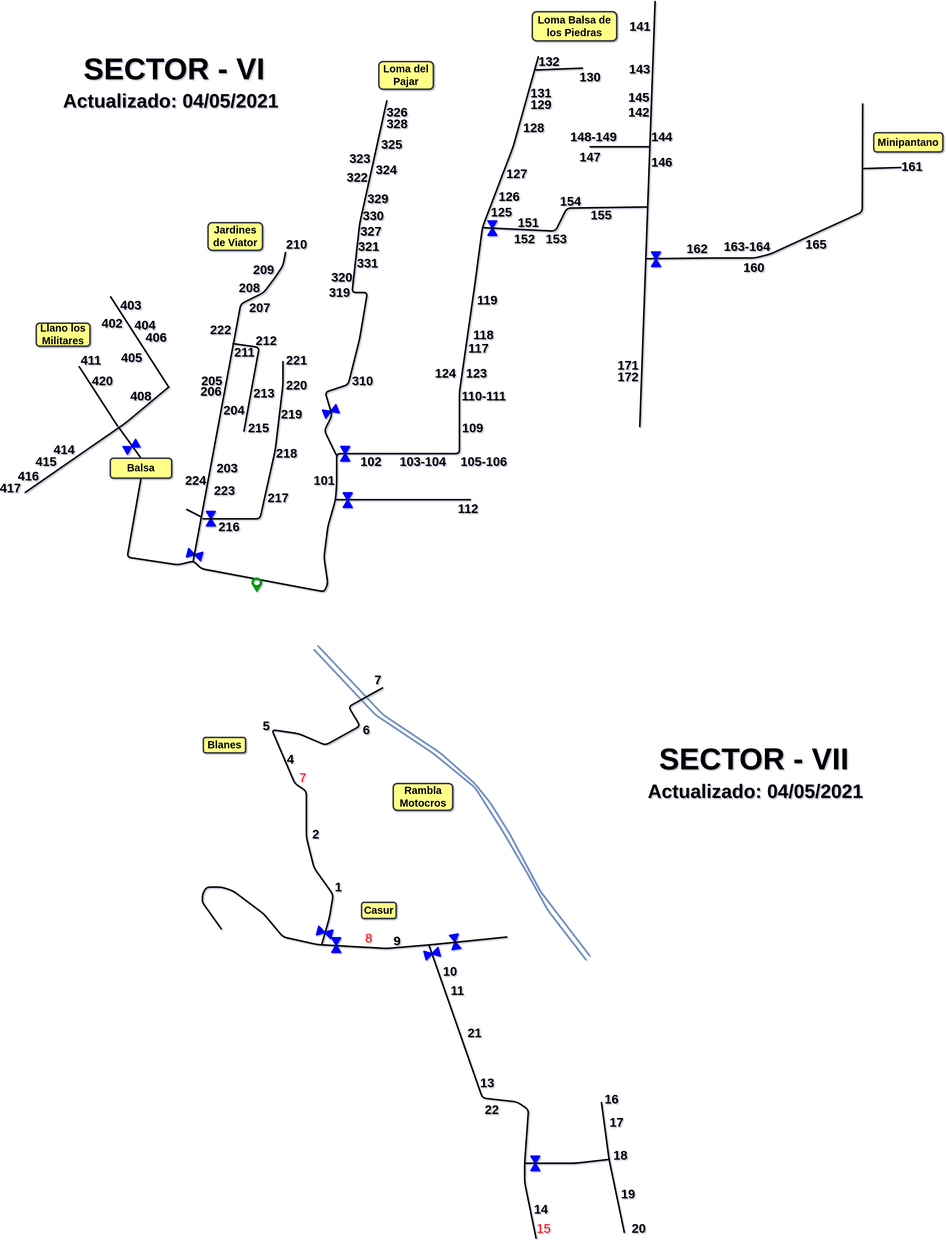
The draw.io diagram planos-actualizados/plano_VI_VII.svg in cr4vegas-team/doc-cr4vegas-planos, before a commit. Source tidied: cells renumbered, new cells last; positions are measured from the earlier drawing's top-left corner, leaving out a move shared by most shapes.
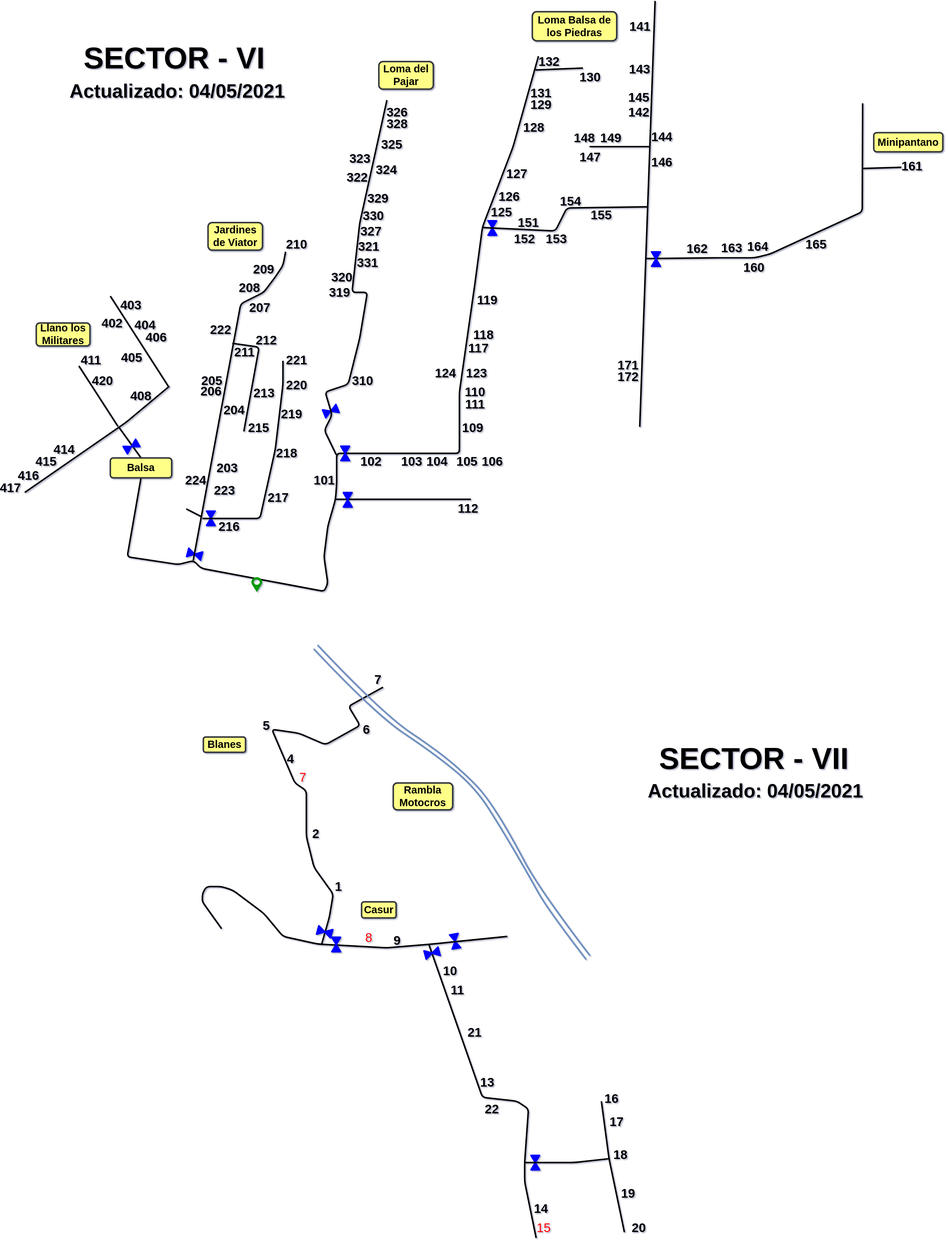
Above is the later version.

Change to the diagram source:
```diff
@@ -37,11 +37,11 @@
     <mxCell id="8" value="&lt;font style=&quot;font-size: 79px&quot;&gt;SECTOR - VII&lt;/font&gt;" style="text;html=1;strokeColor=none;fillColor=none;align=center;verticalAlign=middle;whiteSpace=wrap;rounded=0;fontSize=50;fontStyle=1;strokeWidth=4;" parent="1" vertex="1">
       <mxGeometry x="1698" y="1967" width="520" height="20" as="geometry" />
     </mxCell>
-    <mxCell id="9" value="&lt;font style=&quot;font-size: 79px&quot;&gt;SECTOR - VI&lt;/font&gt;" style="text;html=1;strokeColor=none;fillColor=none;align=center;verticalAlign=middle;whiteSpace=wrap;rounded=0;fontSize=50;fontStyle=1;strokeWidth=4;" parent="1" vertex="1">
-      <mxGeometry x="187" y="168" width="520" height="20" as="geometry" />
+    <mxCell id="9" value="&lt;font style=&quot;font-size: 79px&quot;&gt;SECTOR - VI&lt;/font&gt;" style="text;html=1;strokeColor=none;align=center;verticalAlign=middle;whiteSpace=wrap;rounded=0;fontSize=50;fontStyle=1;strokeWidth=4;shadow=1;" parent="1" vertex="1">
+      <mxGeometry x="187" y="110" width="520" height="78" as="geometry" />
     </mxCell>
-    <mxCell id="10" value="Actualizado: 04/05/2021" style="text;html=1;strokeColor=none;fillColor=none;align=center;verticalAlign=middle;whiteSpace=wrap;rounded=0;fontSize=50;fontStyle=1;strokeWidth=4;" parent="1" vertex="1">
-      <mxGeometry x="143" y="250" width="590" height="20" as="geometry" />
+    <mxCell id="10" value="Actualizado: 04/05/2021" style="text;html=1;strokeColor=none;align=center;verticalAlign=middle;whiteSpace=wrap;rounded=0;fontSize=50;fontStyle=1;strokeWidth=4;shadow=1;" parent="1" vertex="1">
+      <mxGeometry x="160" y="200" width="590" height="70" as="geometry" />
     </mxCell>
     <mxCell id="11" value="&lt;b style=&quot;font-size: 33px;&quot;&gt;402&lt;/b&gt;" style="text;html=1;strokeColor=none;fillColor=none;align=center;verticalAlign=middle;whiteSpace=wrap;rounded=0;fontSize=33;strokeWidth=4;" parent="1" vertex="1">
       <mxGeometry x="265" y="830" width="40" height="20" as="geometry" />
@@ -260,17 +260,14 @@
     <mxCell id="65" value="112" style="text;html=1;strokeColor=none;fillColor=none;align=center;verticalAlign=middle;whiteSpace=wrap;rounded=0;fontSize=33;fontStyle=1;strokeWidth=4;" parent="1" vertex="1">
       <mxGeometry x="1193" y="1312.5" width="40" height="20" as="geometry" />
     </mxCell>
-    <mxCell id="66" value="103-104" style="text;html=1;strokeColor=none;fillColor=none;align=center;verticalAlign=middle;whiteSpace=wrap;rounded=0;fontSize=33;fontStyle=1;strokeWidth=4;" parent="1" vertex="1">
-      <mxGeometry x="1025" y="1191" width="140" height="20" as="geometry" />
-    </mxCell>
-    <mxCell id="67" value="105-106" style="text;html=1;strokeColor=none;fillColor=none;align=center;verticalAlign=middle;whiteSpace=wrap;rounded=0;fontSize=33;fontStyle=1;strokeWidth=4;" parent="1" vertex="1">
-      <mxGeometry x="1144" y="1191" width="220" height="20" as="geometry" />
+    <mxCell id="67" value="105" style="text;html=1;strokeColor=none;fillColor=none;align=center;verticalAlign=middle;whiteSpace=wrap;rounded=0;fontSize=33;fontStyle=1;strokeWidth=4;" parent="1" vertex="1">
+      <mxGeometry x="1177" y="1181.5" width="66" height="39" as="geometry" />
     </mxCell>
     <mxCell id="68" value="109" style="text;html=1;strokeColor=none;fillColor=none;align=center;verticalAlign=middle;whiteSpace=wrap;rounded=0;fontSize=33;fontStyle=1;strokeWidth=4;" parent="1" vertex="1">
       <mxGeometry x="1205" y="1103" width="40" height="20" as="geometry" />
     </mxCell>
-    <mxCell id="69" value="110-111" style="text;html=1;strokeColor=none;fillColor=none;align=center;verticalAlign=middle;whiteSpace=wrap;rounded=0;fontSize=33;fontStyle=1;strokeWidth=4;" parent="1" vertex="1">
-      <mxGeometry x="1144" y="1020" width="220" height="20" as="geometry" />
+    <mxCell id="69" value="110" style="text;html=1;strokeColor=none;fillColor=none;align=center;verticalAlign=middle;whiteSpace=wrap;rounded=0;fontSize=33;fontStyle=1;strokeWidth=4;" parent="1" vertex="1">
+      <mxGeometry x="1193" y="1000" width="76" height="40" as="geometry" />
     </mxCell>
     <mxCell id="70" value="124" style="text;html=1;strokeColor=none;fillColor=none;align=center;verticalAlign=middle;whiteSpace=wrap;rounded=0;fontSize=33;fontStyle=1;strokeWidth=4;" parent="1" vertex="1">
       <mxGeometry x="1134" y="960" width="40" height="20" as="geometry" />
@@ -419,8 +416,8 @@
     <mxCell id="110" value="147" style="text;html=1;strokeColor=none;fillColor=none;align=center;verticalAlign=middle;whiteSpace=wrap;rounded=0;fontSize=33;fontStyle=1;strokeWidth=4;" parent="1" vertex="1">
       <mxGeometry x="1511" y="397" width="40" height="20" as="geometry" />
     </mxCell>
-    <mxCell id="111" value="148-149" style="text;html=1;strokeColor=none;fillColor=none;align=center;verticalAlign=middle;whiteSpace=wrap;rounded=0;fontSize=33;fontStyle=1;strokeWidth=4;" parent="1" vertex="1">
-      <mxGeometry x="1460" y="343.5" width="160" height="20" as="geometry" />
+    <mxCell id="111" value="148" style="text;html=1;strokeColor=none;fillColor=none;align=center;verticalAlign=middle;whiteSpace=wrap;rounded=0;fontSize=33;fontStyle=1;strokeWidth=4;" parent="1" vertex="1">
+      <mxGeometry x="1481" y="340" width="70" height="33.5" as="geometry" />
     </mxCell>
     <mxCell id="112" value="172" style="text;html=1;strokeColor=none;fillColor=none;align=center;verticalAlign=middle;whiteSpace=wrap;rounded=0;fontSize=33;fontStyle=1;strokeWidth=4;" parent="1" vertex="1">
       <mxGeometry x="1610" y="970" width="40" height="20" as="geometry" />
@@ -455,40 +452,12 @@
     <mxCell id="118" value="162" style="text;html=1;strokeColor=none;fillColor=none;align=center;verticalAlign=middle;whiteSpace=wrap;rounded=0;fontSize=33;fontStyle=1;strokeWidth=4;" parent="1" vertex="1">
       <mxGeometry x="1790" y="636" width="40" height="20" as="geometry" />
     </mxCell>
-    <mxCell id="119" value="163-164" style="text;html=1;strokeColor=none;fillColor=none;align=center;verticalAlign=middle;whiteSpace=wrap;rounded=0;fontSize=33;fontStyle=1;strokeWidth=4;" parent="1" vertex="1">
-      <mxGeometry x="1840" y="630" width="200" height="20" as="geometry" />
+    <mxCell id="119" value="163" style="text;html=1;strokeColor=none;fillColor=none;align=center;verticalAlign=middle;whiteSpace=wrap;rounded=0;fontSize=33;fontStyle=1;strokeWidth=4;" parent="1" vertex="1">
+      <mxGeometry x="1870" y="623.5" width="60" height="40" as="geometry" />
     </mxCell>
     <mxCell id="120" value="160" style="text;html=1;strokeColor=none;fillColor=none;align=center;verticalAlign=middle;whiteSpace=wrap;rounded=0;fontSize=33;fontStyle=1;strokeWidth=4;" parent="1" vertex="1">
       <mxGeometry x="1938" y="684.5" width="40" height="20" as="geometry" />
     </mxCell>
-    <mxCell id="121" style="endArrow=none;html=1;strokeWidth=4;fontSize=33;fillColor=#dae8fc;strokeColor=#6c8ebf;" parent="1" edge="1">
-      <mxGeometry relative="1" as="geometry">
-        <mxPoint x="1530" y="2490" as="sourcePoint" />
-        <mxPoint x="820" y="1680" as="targetPoint" />
-        <Array as="points">
-          <mxPoint x="1400" y="2320" />
-          <mxPoint x="1320" y="2170" />
-          <mxPoint x="1270" y="2090" />
-          <mxPoint x="1230" y="2040" />
-          <mxPoint x="1140" y="1960" />
-          <mxPoint x="990" y="1860" />
-        </Array>
-      </mxGeometry>
-    </mxCell>
-    <mxCell id="122" style="endArrow=none;html=1;strokeWidth=4;fontSize=33;fillColor=#dae8fc;strokeColor=#6c8ebf;" parent="1" edge="1">
-      <mxGeometry relative="1" as="geometry">
-        <mxPoint x="1520" y="2500" as="sourcePoint" />
-        <mxPoint x="810" y="1690" as="targetPoint" />
-        <Array as="points">
-          <mxPoint x="1420" y="2370" />
-          <mxPoint x="1370" y="2280" />
-          <mxPoint x="1300" y="2160" />
-          <mxPoint x="1230" y="2050" />
-          <mxPoint x="1120" y="1960" />
-          <mxPoint x="970" y="1860" />
-        </Array>
-      </mxGeometry>
-    </mxCell>
     <mxCell id="123" style="endArrow=none;html=1;strokeWidth=4;fontSize=33;" parent="1" edge="1">
       <mxGeometry relative="1" as="geometry">
         <mxPoint x="831" y="2460" as="sourcePoint" />
@@ -677,5 +646,51 @@
     <mxCell id="166" value="13" style="text;html=1;strokeColor=none;fillColor=none;align=center;verticalAlign=middle;whiteSpace=wrap;rounded=0;fontSize=33;fontStyle=1;strokeWidth=4;" parent="1" vertex="1">
       <mxGeometry x="1243" y="2810" width="40" height="20" as="geometry" />
     </mxCell>
+    <mxCell id="167" value="164" style="text;html=1;strokeColor=none;fillColor=none;align=center;verticalAlign=middle;whiteSpace=wrap;rounded=0;fontSize=33;fontStyle=1;strokeWidth=4;" parent="1" vertex="1">
+      <mxGeometry x="1938" y="620" width="60" height="40" as="geometry" />
+    </mxCell>
+    <mxCell id="168" value="149" style="text;html=1;strokeColor=none;fillColor=none;align=center;verticalAlign=middle;whiteSpace=wrap;rounded=0;fontSize=33;fontStyle=1;strokeWidth=4;" parent="1" vertex="1">
+      <mxGeometry x="1550" y="340" width="70" height="33.5" as="geometry" />
+    </mxCell>
+    <mxCell id="169" value="111" style="text;html=1;strokeColor=none;fillColor=none;align=center;verticalAlign=middle;whiteSpace=wrap;rounded=0;fontSize=33;fontStyle=1;strokeWidth=4;" parent="1" vertex="1">
+      <mxGeometry x="1193" y="1032" width="76" height="40" as="geometry" />
+    </mxCell>
+    <mxCell id="170" value="106" style="text;html=1;strokeColor=none;fillColor=none;align=center;verticalAlign=middle;whiteSpace=wrap;rounded=0;fontSize=33;fontStyle=1;strokeWidth=4;" parent="1" vertex="1">
+      <mxGeometry x="1243" y="1181.5" width="66" height="39" as="geometry" />
+    </mxCell>
+    <mxCell id="171" value="103" style="text;html=1;strokeColor=none;fillColor=none;align=center;verticalAlign=middle;whiteSpace=wrap;rounded=0;fontSize=33;fontStyle=1;strokeWidth=4;" parent="1" vertex="1">
+      <mxGeometry x="1033" y="1181.5" width="66" height="39" as="geometry" />
+    </mxCell>
+    <mxCell id="172" value="104" style="text;html=1;strokeColor=none;fillColor=none;align=center;verticalAlign=middle;whiteSpace=wrap;rounded=0;fontSize=33;fontStyle=1;strokeWidth=4;" parent="1" vertex="1">
+      <mxGeometry x="1099" y="1181.5" width="66" height="39" as="geometry" />
+    </mxCell>
+    <mxCell id="121" style="endArrow=none;html=1;strokeWidth=4;fontSize=33;fillColor=#dae8fc;strokeColor=#6c8ebf;curved=1;shadow=0;sketch=0;" parent="1" edge="1">
+      <mxGeometry x="190" y="1900" as="geometry">
+        <mxPoint x="1530" y="2490" as="sourcePoint" />
+        <mxPoint x="820" y="1680" as="targetPoint" />
+        <Array as="points">
+          <mxPoint x="1400" y="2320" />
+          <mxPoint x="1320" y="2170" />
+          <mxPoint x="1270" y="2090" />
+          <mxPoint x="1230" y="2040" />
+          <mxPoint x="1140" y="1960" />
+          <mxPoint x="990" y="1860" />
+        </Array>
+      </mxGeometry>
+    </mxCell>
+    <mxCell id="122" style="endArrow=none;html=1;strokeWidth=4;fontSize=33;fillColor=#dae8fc;strokeColor=#6c8ebf;curved=1;shadow=0;sketch=0;" parent="1" edge="1">
+      <mxGeometry x="190" y="1900" as="geometry">
+        <mxPoint x="1520" y="2500" as="sourcePoint" />
+        <mxPoint x="810" y="1690" as="targetPoint" />
+        <Array as="points">
+          <mxPoint x="1420" y="2370" />
+          <mxPoint x="1370" y="2280" />
+          <mxPoint x="1300" y="2160" />
+          <mxPoint x="1230" y="2050" />
+          <mxPoint x="1120" y="1960" />
+          <mxPoint x="970" y="1860" />
+        </Array>
+      </mxGeometry>
+    </mxCell>
   </root>
 </mxGraphModel>
```
